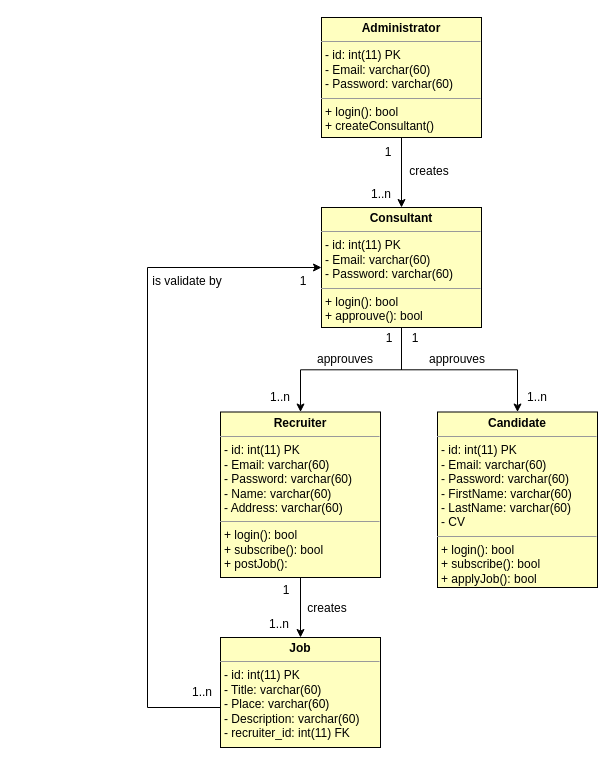
Above: page "Classe" (3 of 3) of agence.drawio in CaroVez/agenceRecrutement (draw.io), before the change. Source tidied: cells renumbered, new cells numbered last; positions are measured from the earlier drawing's top-left corner, leaving out a move shared by most shapes. Both pictures are drawn from the tidied source at 100%, with x=0, y=0 at pixel (147, 17).
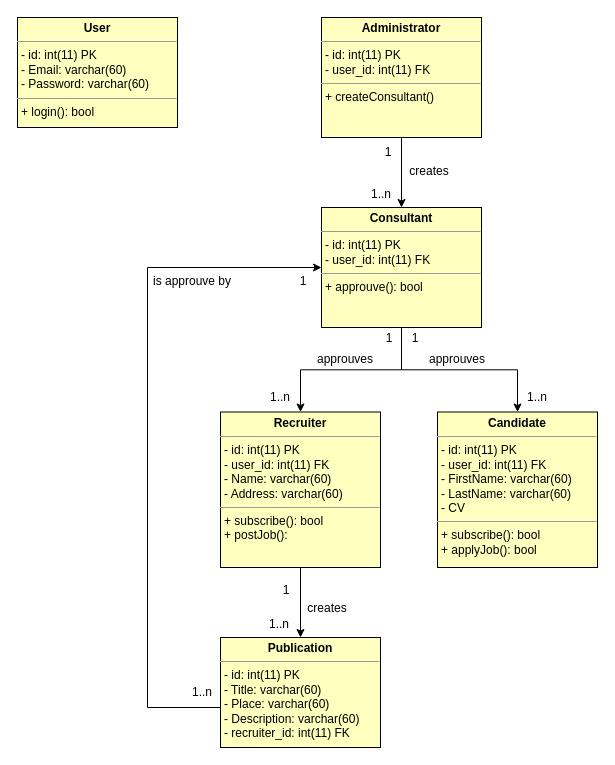
After the change.

The edit, as a diff of the source:
```diff
@@
-    <mxCell id="3" value="&lt;p style=&quot;margin:0px;margin-top:4px;text-align:center;&quot;&gt;&lt;b&gt;Administrator&lt;/b&gt;&lt;/p&gt;&lt;hr size=&quot;1&quot;&gt;&lt;p style=&quot;margin:0px;margin-left:4px;&quot;&gt;- id: int(11) PK&lt;/p&gt;&lt;p style=&quot;margin:0px;margin-left:4px;&quot;&gt;- Email: varchar(60)&lt;/p&gt;&lt;p style=&quot;margin:0px;margin-left:4px;&quot;&gt;- Password: varchar(60)&lt;/p&gt;&lt;hr size=&quot;1&quot;&gt;&lt;p style=&quot;margin:0px;margin-left:4px;&quot;&gt;+ login(): bool&lt;/p&gt;&lt;p style=&quot;margin:0px;margin-left:4px;&quot;&gt;+ createConsultant()&lt;/p&gt;" style="verticalAlign=top;align=left;overflow=fill;fontSize=12;fontFamily=Helvetica;html=1;fillColor=#FFFFC0;" parent="1" vertex="1">
+    <mxCell id="3" value="&lt;p style=&quot;margin:0px;margin-top:4px;text-align:center;&quot;&gt;&lt;b&gt;Administrator&lt;/b&gt;&lt;/p&gt;&lt;hr size=&quot;1&quot;&gt;&lt;p style=&quot;margin:0px;margin-left:4px;&quot;&gt;- id: int(11) PK&lt;/p&gt;&lt;p style=&quot;margin:0px;margin-left:4px;&quot;&gt;- user_id: int(11) FK&lt;/p&gt;&lt;hr size=&quot;1&quot;&gt;&lt;p style=&quot;margin:0px;margin-left:4px;&quot;&gt;&lt;span style=&quot;background-color: initial;&quot;&gt;+ createConsultant()&lt;/span&gt;&lt;br&gt;&lt;/p&gt;" style="verticalAlign=top;align=left;overflow=fill;fontSize=12;fontFamily=Helvetica;html=1;fillColor=#FFFFC0;" parent="1" vertex="1">
       <mxGeometry x="174" width="160" height="120" as="geometry" />
     </mxCell>
@@
-    <mxCell id="6" value="&lt;p style=&quot;margin:0px;margin-top:4px;text-align:center;&quot;&gt;&lt;b&gt;Consultant&lt;/b&gt;&lt;/p&gt;&lt;hr size=&quot;1&quot;&gt;&lt;p style=&quot;margin:0px;margin-left:4px;&quot;&gt;- id: int(11) PK&lt;br&gt;&lt;/p&gt;&lt;p style=&quot;margin:0px;margin-left:4px;&quot;&gt;- Email: varchar(60)&lt;/p&gt;&lt;p style=&quot;margin:0px;margin-left:4px;&quot;&gt;- Password: varchar(60)&lt;/p&gt;&lt;hr size=&quot;1&quot;&gt;&lt;p style=&quot;margin: 0px 0px 0px 4px;&quot;&gt;+ login(): bool&lt;/p&gt;&lt;p style=&quot;margin: 0px 0px 0px 4px;&quot;&gt;+ approuve(): bool&lt;/p&gt;" style="verticalAlign=top;align=left;overflow=fill;fontSize=12;fontFamily=Helvetica;html=1;fillColor=#FFFFC0;" parent="1" vertex="1">
+    <mxCell id="6" value="&lt;p style=&quot;margin:0px;margin-top:4px;text-align:center;&quot;&gt;&lt;b&gt;Consultant&lt;/b&gt;&lt;/p&gt;&lt;hr size=&quot;1&quot;&gt;&lt;p style=&quot;margin: 0px 0px 0px 4px;&quot;&gt;- id: int(11) PK&lt;/p&gt;&lt;p style=&quot;margin: 0px 0px 0px 4px;&quot;&gt;- user_id: int(11) FK&lt;/p&gt;&lt;hr size=&quot;1&quot;&gt;&lt;p style=&quot;margin: 0px 0px 0px 4px;&quot;&gt;&lt;span style=&quot;background-color: initial;&quot;&gt;+ approuve(): bool&lt;/span&gt;&lt;br&gt;&lt;/p&gt;" style="verticalAlign=top;align=left;overflow=fill;fontSize=12;fontFamily=Helvetica;html=1;fillColor=#FFFFC0;" parent="1" vertex="1">
       <mxGeometry x="174" y="190" width="160" height="120" as="geometry" />
     </mxCell>
@@
-    <mxCell id="8" value="&lt;p style=&quot;margin:0px;margin-top:4px;text-align:center;&quot;&gt;&lt;b&gt;Recruiter&lt;/b&gt;&lt;/p&gt;&lt;hr size=&quot;1&quot;&gt;&lt;p style=&quot;margin:0px;margin-left:4px;&quot;&gt;- id: int(11) PK&lt;br&gt;&lt;/p&gt;&lt;p style=&quot;margin:0px;margin-left:4px;&quot;&gt;- Email: varchar(60)&lt;/p&gt;&lt;p style=&quot;margin:0px;margin-left:4px;&quot;&gt;- Password: varchar(60)&lt;/p&gt;&lt;p style=&quot;margin:0px;margin-left:4px;&quot;&gt;- Name: varchar(60)&lt;/p&gt;&lt;p style=&quot;margin:0px;margin-left:4px;&quot;&gt;- Address: varchar(60)&lt;/p&gt;&lt;hr size=&quot;1&quot;&gt;&lt;p style=&quot;margin: 0px 0px 0px 4px;&quot;&gt;+ login(): bool&lt;/p&gt;&lt;p style=&quot;margin: 0px 0px 0px 4px;&quot;&gt;+ subscribe(): bool&lt;/p&gt;&lt;p style=&quot;margin: 0px 0px 0px 4px;&quot;&gt;+ postJob():&lt;/p&gt;" style="verticalAlign=top;align=left;overflow=fill;fontSize=12;fontFamily=Helvetica;html=1;fillColor=#FFFFC0;" parent="1" vertex="1">
-      <mxGeometry x="73" y="394.5" width="160" height="165.5" as="geometry" />
+    <mxCell id="8" value="&lt;p style=&quot;margin:0px;margin-top:4px;text-align:center;&quot;&gt;&lt;b&gt;Recruiter&lt;/b&gt;&lt;/p&gt;&lt;hr size=&quot;1&quot;&gt;&lt;p style=&quot;margin: 0px 0px 0px 4px;&quot;&gt;- id: int(11) PK&lt;/p&gt;&lt;p style=&quot;margin: 0px 0px 0px 4px;&quot;&gt;- user_id: int(11) FK&lt;/p&gt;&lt;p style=&quot;margin:0px;margin-left:4px;&quot;&gt;- Name: varchar(60)&lt;/p&gt;&lt;p style=&quot;margin:0px;margin-left:4px;&quot;&gt;- Address: varchar(60)&lt;/p&gt;&lt;hr size=&quot;1&quot;&gt;&lt;p style=&quot;margin: 0px 0px 0px 4px;&quot;&gt;&lt;span style=&quot;background-color: initial;&quot;&gt;+ subscribe(): bool&lt;/span&gt;&lt;br&gt;&lt;/p&gt;&lt;p style=&quot;margin: 0px 0px 0px 4px;&quot;&gt;+ postJob():&lt;/p&gt;" style="verticalAlign=top;align=left;overflow=fill;fontSize=12;fontFamily=Helvetica;html=1;fillColor=#FFFFC0;" parent="1" vertex="1">
+      <mxGeometry x="73" y="394.5" width="160" height="155.5" as="geometry" />
     </mxCell>
-    <mxCell id="9" value="&lt;p style=&quot;margin:0px;margin-top:4px;text-align:center;&quot;&gt;&lt;b&gt;Candidate&lt;/b&gt;&lt;/p&gt;&lt;hr size=&quot;1&quot;&gt;&lt;p style=&quot;margin:0px;margin-left:4px;&quot;&gt;- id: int(11) PK&lt;br&gt;&lt;/p&gt;&lt;p style=&quot;margin:0px;margin-left:4px;&quot;&gt;- Email: varchar(60)&lt;/p&gt;&lt;p style=&quot;margin:0px;margin-left:4px;&quot;&gt;- Password: varchar(60)&lt;/p&gt;&lt;p style=&quot;margin:0px;margin-left:4px;&quot;&gt;- FirstName: varchar(60)&lt;/p&gt;&lt;p style=&quot;margin:0px;margin-left:4px;&quot;&gt;- LastName: varchar(60)&lt;/p&gt;&lt;p style=&quot;margin:0px;margin-left:4px;&quot;&gt;- CV&lt;/p&gt;&lt;hr size=&quot;1&quot;&gt;&lt;p style=&quot;margin: 0px 0px 0px 4px;&quot;&gt;+ login(): bool&lt;/p&gt;&lt;p style=&quot;margin: 0px 0px 0px 4px;&quot;&gt;+ subscribe(): bool&lt;/p&gt;&lt;p style=&quot;margin: 0px 0px 0px 4px;&quot;&gt;+ applyJob(): bool&lt;/p&gt;&lt;div&gt;&lt;br&gt;&lt;/div&gt;" style="verticalAlign=top;align=left;overflow=fill;fontSize=12;fontFamily=Helvetica;html=1;fillColor=#FFFFC0;" parent="1" vertex="1">
-      <mxGeometry x="290" y="394.5" width="160" height="175.5" as="geometry" />
+    <mxCell id="9" value="&lt;p style=&quot;margin:0px;margin-top:4px;text-align:center;&quot;&gt;&lt;b&gt;Candidate&lt;/b&gt;&lt;/p&gt;&lt;hr size=&quot;1&quot;&gt;&lt;p style=&quot;margin: 0px 0px 0px 4px;&quot;&gt;- id: int(11) PK&lt;/p&gt;&lt;p style=&quot;margin: 0px 0px 0px 4px;&quot;&gt;- user_id: int(11) FK&lt;/p&gt;&lt;p style=&quot;margin:0px;margin-left:4px;&quot;&gt;- FirstName: varchar(60)&lt;/p&gt;&lt;p style=&quot;margin:0px;margin-left:4px;&quot;&gt;- LastName: varchar(60)&lt;/p&gt;&lt;p style=&quot;margin:0px;margin-left:4px;&quot;&gt;- CV&lt;/p&gt;&lt;hr size=&quot;1&quot;&gt;&lt;p style=&quot;margin: 0px 0px 0px 4px;&quot;&gt;&lt;span style=&quot;background-color: initial;&quot;&gt;+ subscribe(): bool&lt;/span&gt;&lt;br&gt;&lt;/p&gt;&lt;p style=&quot;margin: 0px 0px 0px 4px;&quot;&gt;+ applyJob(): bool&lt;/p&gt;&lt;div&gt;&lt;br&gt;&lt;/div&gt;" style="verticalAlign=top;align=left;overflow=fill;fontSize=12;fontFamily=Helvetica;html=1;fillColor=#FFFFC0;" parent="1" vertex="1">
+      <mxGeometry x="290" y="394.5" width="160" height="155.5" as="geometry" />
     </mxCell>
@@
-    <mxCell id="11" value="&lt;p style=&quot;margin:0px;margin-top:4px;text-align:center;&quot;&gt;&lt;b&gt;Job&lt;/b&gt;&lt;/p&gt;&lt;hr size=&quot;1&quot;&gt;&lt;p style=&quot;margin:0px;margin-left:4px;&quot;&gt;- id: int(11) PK&lt;br&gt;&lt;/p&gt;&lt;p style=&quot;margin:0px;margin-left:4px;&quot;&gt;- Title: varchar(60)&lt;/p&gt;&lt;p style=&quot;margin:0px;margin-left:4px;&quot;&gt;- Place: varchar(60)&lt;/p&gt;&lt;p style=&quot;margin:0px;margin-left:4px;&quot;&gt;- Description: varchar(60)&lt;/p&gt;&lt;p style=&quot;margin:0px;margin-left:4px;&quot;&gt;- recruiter_id: int(11) FK&lt;/p&gt;&lt;p style=&quot;margin:0px;margin-left:4px;&quot;&gt;&lt;br&gt;&lt;/p&gt;" style="verticalAlign=top;align=left;overflow=fill;fontSize=12;fontFamily=Helvetica;html=1;fillColor=#FFFFC0;" parent="1" vertex="1">
+    <mxCell id="11" value="&lt;p style=&quot;margin:0px;margin-top:4px;text-align:center;&quot;&gt;&lt;b&gt;Publication&lt;/b&gt;&lt;/p&gt;&lt;hr size=&quot;1&quot;&gt;&lt;p style=&quot;margin:0px;margin-left:4px;&quot;&gt;- id: int(11) PK&lt;br&gt;&lt;/p&gt;&lt;p style=&quot;margin:0px;margin-left:4px;&quot;&gt;- Title: varchar(60)&lt;/p&gt;&lt;p style=&quot;margin:0px;margin-left:4px;&quot;&gt;- Place: varchar(60)&lt;/p&gt;&lt;p style=&quot;margin:0px;margin-left:4px;&quot;&gt;- Description: varchar(60)&lt;/p&gt;&lt;p style=&quot;margin:0px;margin-left:4px;&quot;&gt;- recruiter_id: int(11) FK&lt;/p&gt;&lt;p style=&quot;margin:0px;margin-left:4px;&quot;&gt;&lt;br&gt;&lt;/p&gt;" style="verticalAlign=top;align=left;overflow=fill;fontSize=12;fontFamily=Helvetica;html=1;fillColor=#FFFFC0;" parent="1" vertex="1">
       <mxGeometry x="73" y="620" width="160" height="110" as="geometry" />
     </mxCell>
@@
-    <mxCell id="14" value="is validate by" style="text;html=1;strokeColor=none;fillColor=none;align=center;verticalAlign=middle;whiteSpace=wrap;rounded=0;" parent="1" vertex="1">
-      <mxGeometry y="249" width="80" height="30" as="geometry" />
+    <mxCell id="14" value="is approuve by" style="text;html=1;strokeColor=none;fillColor=none;align=center;verticalAlign=middle;whiteSpace=wrap;rounded=0;" parent="1" vertex="1">
+      <mxGeometry y="249" width="90" height="30" as="geometry" />
     </mxCell>
@@
+    <mxCell id="27" value="&lt;p style=&quot;margin:0px;margin-top:4px;text-align:center;&quot;&gt;&lt;b&gt;User&lt;/b&gt;&lt;/p&gt;&lt;hr size=&quot;1&quot;&gt;&lt;p style=&quot;margin:0px;margin-left:4px;&quot;&gt;- id: int(11) PK&lt;/p&gt;&lt;p style=&quot;margin:0px;margin-left:4px;&quot;&gt;- Email: varchar(60)&lt;/p&gt;&lt;p style=&quot;margin:0px;margin-left:4px;&quot;&gt;- Password: varchar(60)&lt;/p&gt;&lt;hr size=&quot;1&quot;&gt;&lt;p style=&quot;margin:0px;margin-left:4px;&quot;&gt;+ login(): bool&lt;/p&gt;" style="verticalAlign=top;align=left;overflow=fill;fontSize=12;fontFamily=Helvetica;html=1;fillColor=#FFFFC0;" parent="1" vertex="1">
+      <mxGeometry x="-130" width="160" height="110" as="geometry" />
+    </mxCell>
```
